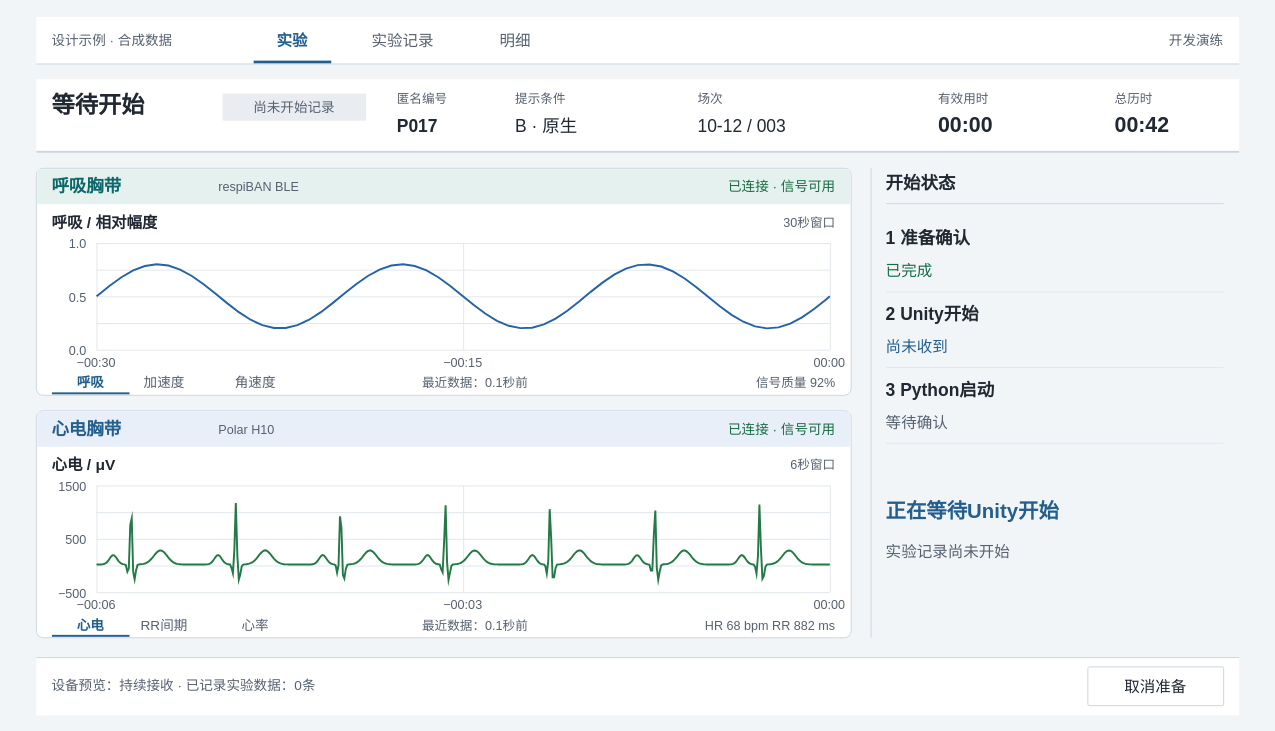
JunyeFu/Emotional-Healing-System keeps this draw.io diagram as page "03 等待Unity开始" (3 of 12) of human/deliverables/t01-workbench-design-20261012/t01-workbench-redesign-final.drawio. Above is the earlier version. Source tidied: cells renumbered, new cells numbered last; positions are measured from the earlier drawing's top-left corner, leaving out a move shared by most shapes. Both pictures are drawn from the tidied source at 97%, with x=0, y=0 at pixel (16, 16).
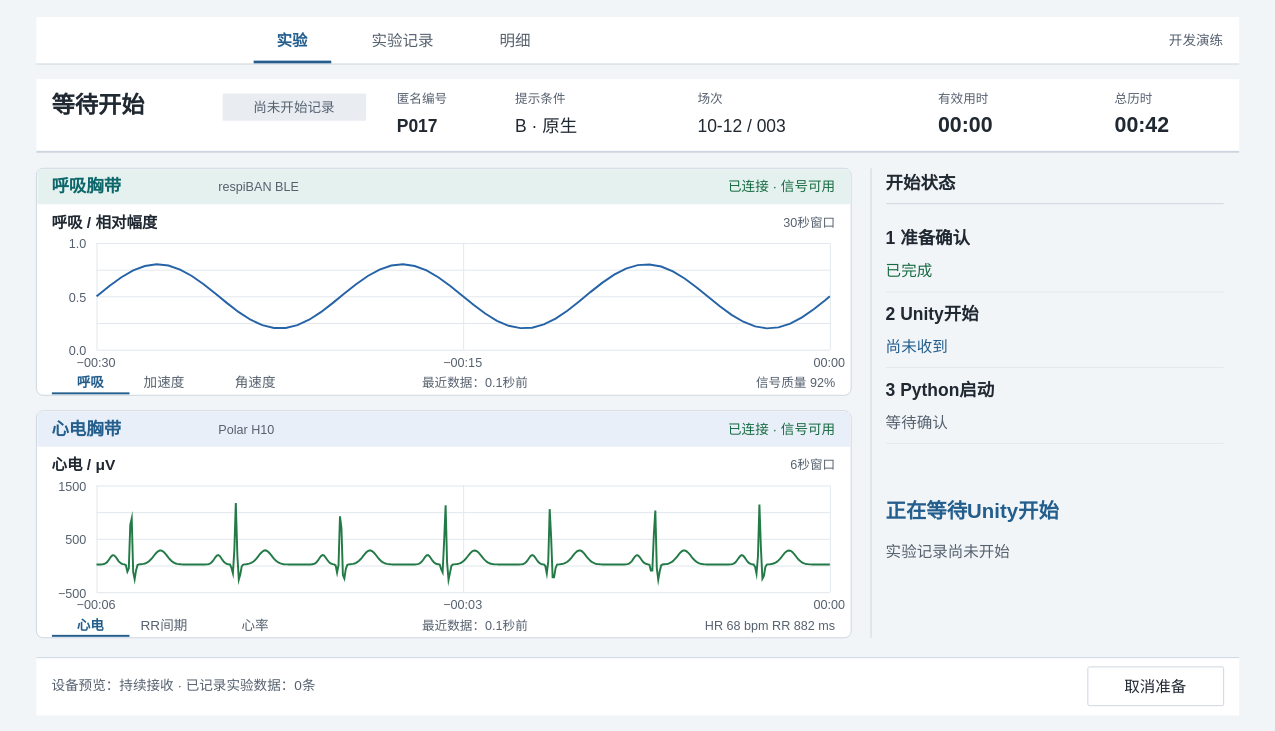
After the change.

The edit, as a diff of the source:
```diff
@@
-    <mxCell id="4" value="设计示例 · 合成数据" style="text;html=0;strokeColor=none;fillColor=none;whiteSpace=wrap;overflow=hidden;fontFamily=Microsoft YaHei;fontSize=14;fontColor=#56616F;fontStyle=0;align=left;verticalAlign=middle;spacing=0;" parent="1" vertex="1">
-      <mxGeometry x="36" y="10" width="190" height="28" as="geometry" />
-    </mxCell>
```
